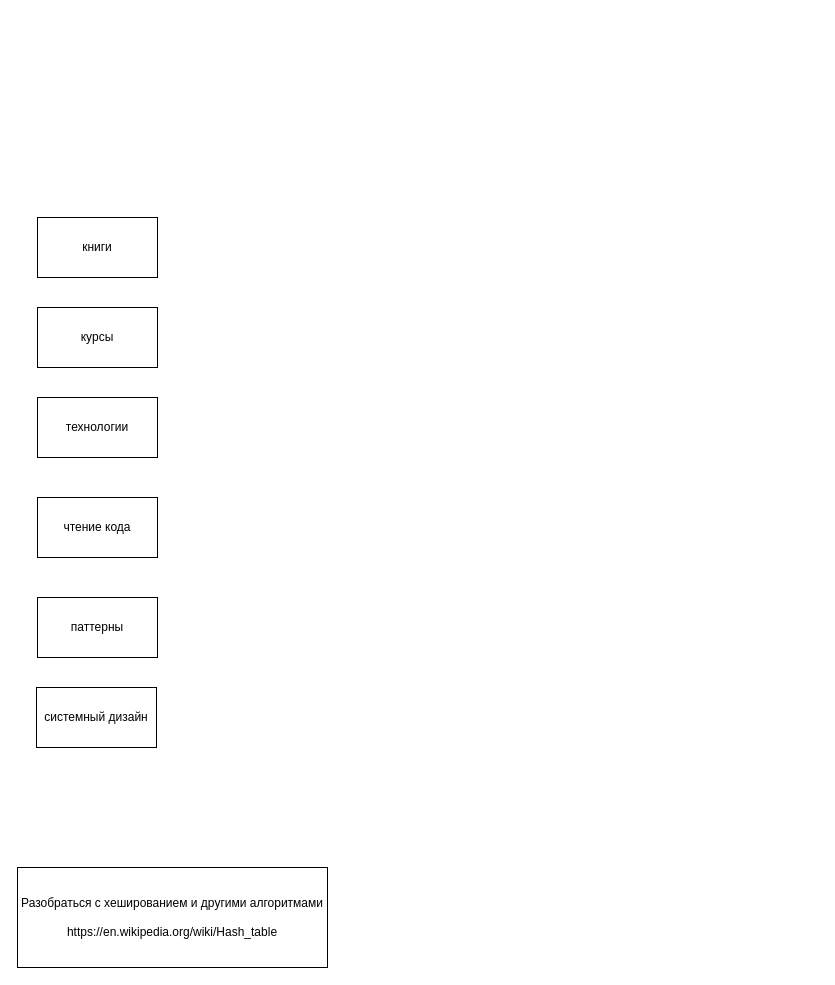
Earlier version of the draw.io diagram golang.drawio (gistGitUser/road). Source tidied: cells renumbered, new cells numbered last; positions are measured from the earlier drawing's top-left corner, leaving out a move shared by most shapes. Both pictures are drawn from the tidied source at 100%, with x=0, y=0 at pixel (17, 217).
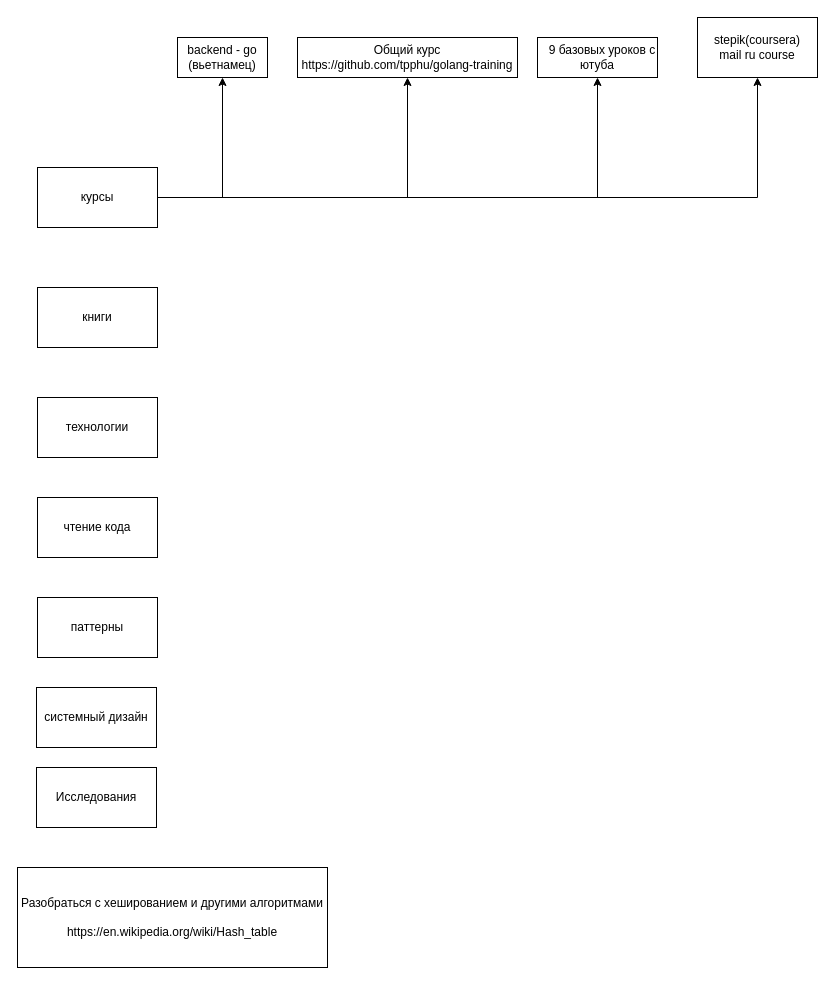
After the change.

What changed in the source:
```diff
@@
 <mxGraphModel>
   <root>
     <mxCell id="0" />
     <mxCell id="1" parent="0" />
     <mxCell id="2" value="книги&lt;br&gt;" style="rounded=0;whiteSpace=wrap;html=1;" parent="1" vertex="1">
-      <mxGeometry x="20" width="120" height="60" as="geometry" />
+      <mxGeometry x="20" y="70" width="120" height="60" as="geometry" />
     </mxCell>
+    <mxCell id="9" style="edgeStyle=orthogonalEdgeStyle;rounded=0;jettySize=auto;html=1;" parent="1" edge="1" source="3" target="14">
+      <mxGeometry relative="1" as="geometry" />
+    </mxCell>
+    <mxCell id="10" style="edgeStyle=orthogonalEdgeStyle;rounded=0;jettySize=auto;html=1;" parent="1" edge="1" source="3" target="15">
+      <mxGeometry relative="1" as="geometry" />
+    </mxCell>
+    <mxCell id="11" style="edgeStyle=orthogonalEdgeStyle;rounded=0;jettySize=auto;html=1;" parent="1" edge="1" source="3" target="16">
+      <mxGeometry relative="1" as="geometry" />
+    </mxCell>
+    <mxCell id="12" style="edgeStyle=orthogonalEdgeStyle;rounded=0;jettySize=auto;html=1;" parent="1" edge="1" source="3" target="17">
+      <mxGeometry relative="1" as="geometry" />
+    </mxCell>
     <mxCell id="3" value="курсы" style="rounded=0;whiteSpace=wrap;html=1;" parent="1" vertex="1">
-      <mxGeometry x="20" y="90" width="120" height="60" as="geometry" />
+      <mxGeometry x="20" y="-50" width="120" height="60" as="geometry" />
     </mxCell>
     <mxCell id="4" value="технологии" style="rounded=0;whiteSpace=wrap;html=1;" parent="1" vertex="1">
       <mxGeometry x="20" y="180" width="120" height="60" as="geometry" />
     </mxCell>
     <mxCell id="5" value="чтение кода" style="rounded=0;whiteSpace=wrap;html=1;" parent="1" vertex="1">
       <mxGeometry x="20" y="280" width="120" height="60" as="geometry" />
     </mxCell>
     <mxCell id="6" value="паттерны" style="rounded=0;whiteSpace=wrap;html=1;" parent="1" vertex="1">
       <mxGeometry x="20" y="380" width="120" height="60" as="geometry" />
     </mxCell>
     <mxCell id="7" value="системный дизайн" style="rounded=0;whiteSpace=wrap;html=1;" parent="1" vertex="1">
       <mxGeometry x="19" y="470" width="120" height="60" as="geometry" />
     </mxCell>
     <mxCell id="8" value="Разобраться с хешированием и другими алгоритмами&lt;br&gt;&lt;br&gt;https://en.wikipedia.org/wiki/Hash_table" style="rounded=0;whiteSpace=wrap;html=1;" parent="1" vertex="1">
       <mxGeometry y="650" width="310" height="100" as="geometry" />
     </mxCell>
+    <mxCell id="13" value="Исследования" style="rounded=0;whiteSpace=wrap;html=1;" parent="1" vertex="1">
+      <mxGeometry x="19" y="550" width="120" height="60" as="geometry" />
+    </mxCell>
+    <mxCell id="14" value="backend - go (вьетнамец)&lt;br&gt;" style="rounded=0;whiteSpace=wrap;html=1;" parent="1" vertex="1">
+      <mxGeometry x="160" y="-180" width="90" height="40" as="geometry" />
+    </mxCell>
+    <mxCell id="15" value="Общий курс&lt;br&gt;https://github.com/tpphu/golang-training" style="rounded=0;whiteSpace=wrap;html=1;" parent="1" vertex="1">
+      <mxGeometry x="280" y="-180" width="220" height="40" as="geometry" />
+    </mxCell>
+    <mxCell id="16" value="&amp;nbsp; &amp;nbsp;9 базовых уроков с ютуба" style="rounded=0;whiteSpace=wrap;html=1;" parent="1" vertex="1">
+      <mxGeometry x="520" y="-180" width="120" height="40" as="geometry" />
+    </mxCell>
+    <mxCell id="17" value="stepik(coursera)&lt;br&gt;mail ru course" style="rounded=0;whiteSpace=wrap;html=1;" parent="1" vertex="1">
+      <mxGeometry x="680" y="-200" width="120" height="60" as="geometry" />
+    </mxCell>
   </root>
 </mxGraphModel>
```
